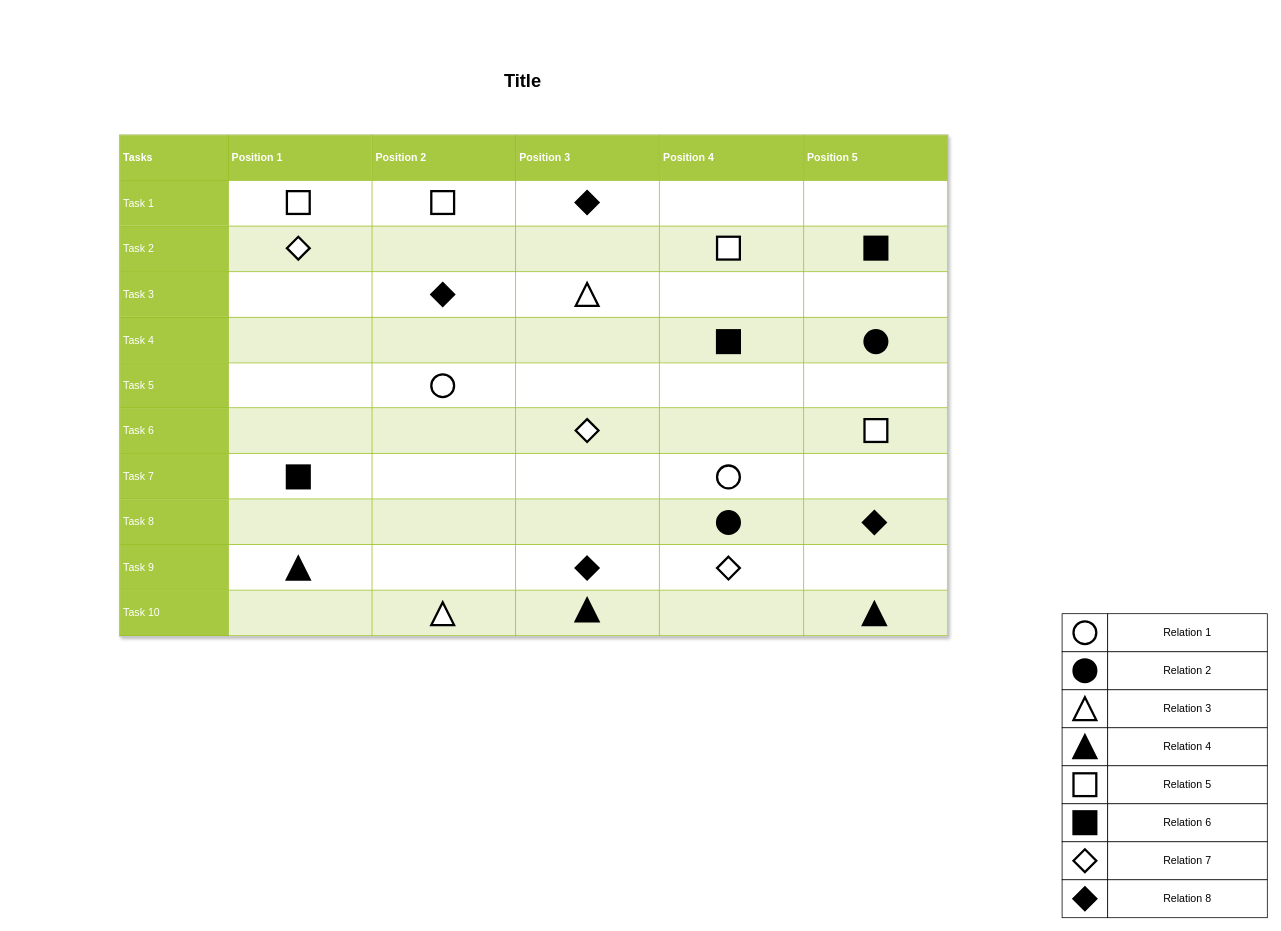
The draw.io diagram Untitled Diagram.drawio in beatrizgarcialima/AulasPWI, before the edit. Source tidied: cells renumbered, new cells numbered last; positions are measured from the earlier drawing's top-left corner, leaving out a move shared by most shapes. Both pictures are drawn from the tidied source at 76%, with x=0, y=0 at pixel (119, 66).
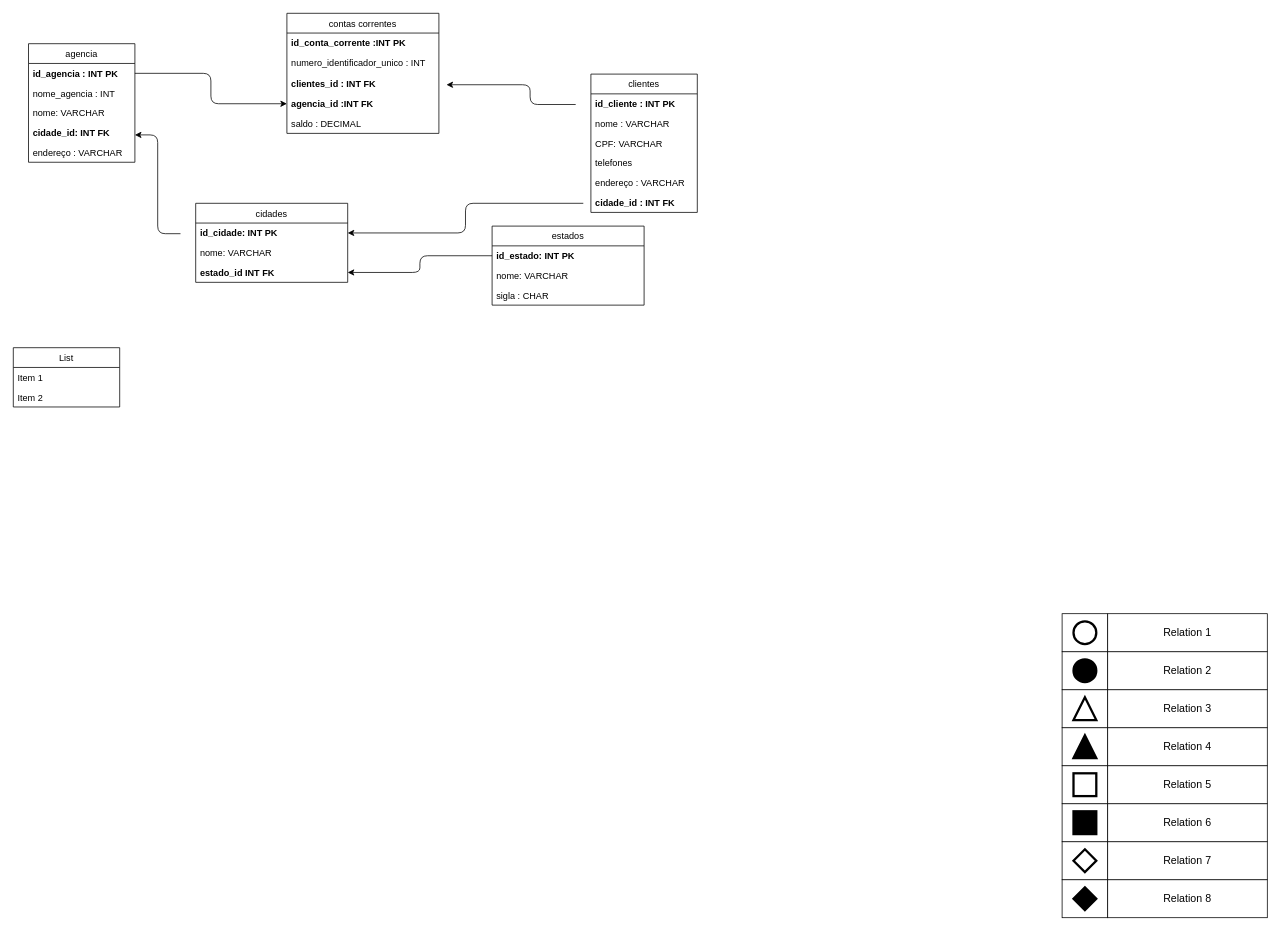
The same page after the edit.

Change to the diagram source:
```diff
@@
+    <mxCell id="51" value="agencia" style="swimlane;fontStyle=0;horizontal=1;startSize=26;fillColor=none;" parent="1" vertex="1">
+      <mxGeometry x="-120" y="-30" width="140" height="156" as="geometry" />
+    </mxCell>
+    <mxCell id="52" value="id_agencia : INT PK" style="text;strokeColor=none;fillColor=none;align=left;verticalAlign=top;spacingLeft=4;spacingRight=4;overflow=hidden;points=[[0,0.5],[1,0.5]];portConstraint=eastwest;fontStyle=1;" parent="51" vertex="1">
+      <mxGeometry y="26" width="140" height="26" as="geometry" />
+    </mxCell>
+    <mxCell id="53" value="nome_agencia : INT&#10;" style="text;strokeColor=none;fillColor=none;align=left;verticalAlign=top;spacingLeft=4;spacingRight=4;overflow=hidden;" parent="51" vertex="1">
+      <mxGeometry y="52" width="140" height="26" as="geometry" />
+    </mxCell>
+    <mxCell id="54" value="nome: VARCHAR" style="text;strokeColor=none;fillColor=none;align=left;verticalAlign=top;spacingLeft=4;spacingRight=4;overflow=hidden;" parent="51" vertex="1">
+      <mxGeometry y="78" width="140" height="26" as="geometry" />
+    </mxCell>
+    <mxCell id="55" value="cidade_id: INT FK" style="text;strokeColor=none;fillColor=none;align=left;verticalAlign=top;spacingLeft=4;spacingRight=4;overflow=hidden;fontStyle=1;" parent="51" vertex="1">
+      <mxGeometry y="104" width="140" height="26" as="geometry" />
+    </mxCell>
+    <mxCell id="56" value="endereço : VARCHAR" style="text;strokeColor=none;fillColor=none;align=left;verticalAlign=top;spacingLeft=4;spacingRight=4;overflow=hidden;" parent="51" vertex="1">
+      <mxGeometry y="130" width="140" height="26" as="geometry" />
+    </mxCell>
+    <mxCell id="57" value="contas correntes" style="swimlane;fontStyle=0;horizontal=1;startSize=26;fillColor=none;" parent="1" vertex="1">
+      <mxGeometry x="220" y="-70" width="200" height="158" as="geometry" />
+    </mxCell>
+    <mxCell id="58" value="id_conta_corrente :INT PK" style="text;strokeColor=none;fillColor=none;align=left;verticalAlign=top;spacingLeft=4;spacingRight=4;overflow=hidden;fontStyle=1;" parent="57" vertex="1">
+      <mxGeometry y="26" width="200" height="26" as="geometry" />
+    </mxCell>
+    <mxCell id="59" value="numero_identificador_unico : INT" style="text;strokeColor=none;fillColor=none;align=left;verticalAlign=top;spacingLeft=4;spacingRight=4;overflow=hidden;" parent="57" vertex="1">
+      <mxGeometry y="52" width="200" height="28" as="geometry" />
+    </mxCell>
+    <mxCell id="60" value="clientes_id : INT FK" style="text;strokeColor=none;fillColor=none;align=left;verticalAlign=top;spacingLeft=4;spacingRight=4;overflow=hidden;fontStyle=1;" parent="57" vertex="1">
+      <mxGeometry y="80" width="200" height="26" as="geometry" />
+    </mxCell>
+    <mxCell id="61" value="agencia_id :INT FK" style="text;strokeColor=none;fillColor=none;align=left;verticalAlign=top;spacingLeft=4;spacingRight=4;overflow=hidden;points=[[0,0.5],[1,0.5]];portConstraint=eastwest;fontStyle=1;" parent="57" vertex="1">
+      <mxGeometry y="106" width="200" height="26" as="geometry" />
+    </mxCell>
+    <mxCell id="62" style="edgeStyle=elbowEdgeStyle;elbow=horizontal;endArrow=classic;html=1;" parent="57" edge="1">
+      <mxGeometry relative="1" as="geometry">
+        <mxPoint x="380" y="120" as="sourcePoint" />
+        <mxPoint x="210" y="94" as="targetPoint" />
+        <Array as="points">
+          <mxPoint x="320" y="110" />
+        </Array>
+      </mxGeometry>
+    </mxCell>
+    <mxCell id="63" value="saldo : DECIMAL" style="text;strokeColor=none;fillColor=none;align=left;verticalAlign=top;spacingLeft=4;spacingRight=4;overflow=hidden;" parent="57" vertex="1">
+      <mxGeometry y="132" width="200" height="26" as="geometry" />
+    </mxCell>
+    <mxCell id="64" value="clientes" style="swimlane;fontStyle=0;horizontal=1;startSize=26;fillColor=none;" parent="1" vertex="1">
+      <mxGeometry x="620" y="10" width="140" height="182" as="geometry" />
+    </mxCell>
+    <mxCell id="65" value="id_cliente : INT PK" style="text;strokeColor=none;fillColor=none;align=left;verticalAlign=top;spacingLeft=4;spacingRight=4;overflow=hidden;fontStyle=1;" parent="64" vertex="1">
+      <mxGeometry y="26" width="140" height="26" as="geometry" />
+    </mxCell>
+    <mxCell id="66" value="nome : VARCHAR" style="text;strokeColor=none;fillColor=none;align=left;verticalAlign=top;spacingLeft=4;spacingRight=4;overflow=hidden;" parent="64" vertex="1">
+      <mxGeometry y="52" width="140" height="26" as="geometry" />
+    </mxCell>
+    <mxCell id="67" value="CPF: VARCHAR" style="text;strokeColor=none;fillColor=none;align=left;verticalAlign=top;spacingLeft=4;spacingRight=4;overflow=hidden;" parent="64" vertex="1">
+      <mxGeometry y="78" width="140" height="26" as="geometry" />
+    </mxCell>
+    <mxCell id="68" value="telefones " style="text;strokeColor=none;fillColor=none;align=left;verticalAlign=top;spacingLeft=4;spacingRight=4;overflow=hidden;" parent="64" vertex="1">
+      <mxGeometry y="104" width="140" height="26" as="geometry" />
+    </mxCell>
+    <mxCell id="69" value="endereço : VARCHAR" style="text;strokeColor=none;fillColor=none;align=left;verticalAlign=top;spacingLeft=4;spacingRight=4;overflow=hidden;" parent="64" vertex="1">
+      <mxGeometry y="130" width="140" height="26" as="geometry" />
+    </mxCell>
+    <mxCell id="70" value="cidade_id : INT FK" style="text;strokeColor=none;fillColor=none;align=left;verticalAlign=top;spacingLeft=4;spacingRight=4;overflow=hidden;fontStyle=1;" parent="64" vertex="1">
+      <mxGeometry y="156" width="140" height="26" as="geometry" />
+    </mxCell>
+    <mxCell id="71" value="estados" style="swimlane;fontStyle=0;horizontal=1;startSize=26;fillColor=none;" parent="1" vertex="1">
+      <mxGeometry x="490" y="210" width="200" height="104" as="geometry" />
+    </mxCell>
+    <mxCell id="72" value="id_estado: INT PK" style="text;strokeColor=none;fillColor=none;align=left;verticalAlign=top;spacingLeft=4;spacingRight=4;overflow=hidden;points=[[0,0.5],[1,0.5]];portConstraint=eastwest;fontStyle=1;" parent="71" vertex="1">
+      <mxGeometry y="26" width="200" height="26" as="geometry" />
+    </mxCell>
+    <mxCell id="73" value="nome: VARCHAR" style="text;strokeColor=none;fillColor=none;align=left;verticalAlign=top;spacingLeft=4;spacingRight=4;overflow=hidden;" parent="71" vertex="1">
+      <mxGeometry y="52" width="200" height="26" as="geometry" />
+    </mxCell>
+    <mxCell id="74" value="sigla : CHAR" style="text;strokeColor=none;fillColor=none;align=left;verticalAlign=top;spacingLeft=4;spacingRight=4;overflow=hidden;" parent="71" vertex="1">
+      <mxGeometry y="78" width="200" height="26" as="geometry" />
+    </mxCell>
@@
-    <mxCell id="19" value="&lt;table border=&quot;1&quot; width=&quot;100%&quot; cellpadding=&quot;4&quot; style=&quot;width: 100% ; height: 100% ; border-collapse: collapse&quot;&gt;&lt;tbody&gt;&lt;tr style=&quot;background-color: #a7c942 ; color: #ffffff ; border: 1px solid #98bf21&quot;&gt;&lt;th&gt;Tasks&lt;/th&gt;&lt;th&gt;Position 1&lt;/th&gt;&lt;th&gt;Position 2&lt;/th&gt;&lt;th&gt;Position 3&lt;/th&gt;&lt;th&gt;Position 4&lt;/th&gt;&lt;th&gt;Position 5&lt;/th&gt;&lt;/tr&gt;&lt;tr style=&quot;border: 1px solid #98bf21&quot;&gt;&lt;td style=&quot;background-color: #a7c942 ; color: #ffffff ; border: 1px solid #98bf21&quot;&gt;Task 1&lt;/td&gt;&lt;td&gt;&lt;/td&gt;&lt;td&gt;&lt;/td&gt;&lt;td&gt;&lt;br&gt;&lt;/td&gt;&lt;td&gt;&lt;br&gt;&lt;/td&gt;&lt;td&gt;&lt;br&gt;&lt;/td&gt;&lt;/tr&gt;&lt;tr style=&quot;background-color: #eaf2d3 ; border: 1px solid #98bf21&quot;&gt;&lt;td style=&quot;background-color: #a7c942 ; color: #ffffff ; border: 1px solid #98bf21&quot;&gt;Task 2&lt;/td&gt;&lt;td&gt;&lt;/td&gt;&lt;td&gt;&lt;/td&gt;&lt;td&gt;&lt;br&gt;&lt;/td&gt;&lt;td&gt;&lt;br&gt;&lt;/td&gt;&lt;td&gt;&lt;br&gt;&lt;/td&gt;&lt;/tr&gt;&lt;tr style=&quot;border: 1px solid #98bf21&quot;&gt;&lt;td style=&quot;background-color: #a7c942 ; color: #ffffff ; border: 1px solid #98bf21&quot;&gt;Task 3&lt;/td&gt;&lt;td&gt;&lt;/td&gt;&lt;td&gt;&lt;/td&gt;&lt;td&gt;&lt;br&gt;&lt;/td&gt;&lt;td&gt;&lt;br&gt;&lt;/td&gt;&lt;td&gt;&lt;br&gt;&lt;/td&gt;&lt;/tr&gt;&lt;tr style=&quot;background-color: #eaf2d3 ; border: 1px solid #98bf21&quot;&gt;&lt;td style=&quot;background-color: #a7c942 ; color: #ffffff ; border: 1px solid #98bf21&quot;&gt;Task 4&lt;/td&gt;&lt;td&gt;&lt;/td&gt;&lt;td&gt;&lt;/td&gt;&lt;td&gt;&lt;br&gt;&lt;/td&gt;&lt;td&gt;&lt;br&gt;&lt;/td&gt;&lt;td&gt;&lt;br&gt;&lt;/td&gt;&lt;/tr&gt;&lt;tr style=&quot;border: 1px solid #98bf21&quot;&gt;&lt;td style=&quot;background-color: #a7c942 ; color: #ffffff ; border: 1px solid #98bf21&quot;&gt;Task 5&lt;br&gt;&lt;/td&gt;&lt;td&gt;&lt;br&gt;&lt;/td&gt;&lt;td&gt;&lt;br&gt;&lt;/td&gt;&lt;td&gt;&lt;br&gt;&lt;/td&gt;&lt;td&gt;&lt;br&gt;&lt;/td&gt;&lt;td&gt;&lt;br&gt;&lt;/td&gt;&lt;/tr&gt;&lt;tr style=&quot;background-color: #eaf2d3 ; border: 1px solid #98bf21&quot;&gt;&lt;td style=&quot;background-color: #a7c942 ; color: #ffffff ; border: 1px solid #98bf21&quot;&gt;Task 6&lt;br&gt;&lt;/td&gt;&lt;td&gt;&lt;br&gt;&lt;/td&gt;&lt;td&gt;&lt;br&gt;&lt;/td&gt;&lt;td&gt;&lt;br&gt;&lt;/td&gt;&lt;td&gt;&lt;br&gt;&lt;/td&gt;&lt;td&gt;&lt;br&gt;&lt;/td&gt;&lt;/tr&gt;&lt;tr style=&quot;border: 1px solid #98bf21&quot;&gt;&lt;td style=&quot;background-color: #a7c942 ; color: #ffffff ; border: 1px solid #98bf21&quot;&gt;Task 7&lt;br&gt;&lt;/td&gt;&lt;td&gt;&lt;br&gt;&lt;/td&gt;&lt;td&gt;&lt;br&gt;&lt;/td&gt;&lt;td&gt;&lt;br&gt;&lt;/td&gt;&lt;td&gt;&lt;br&gt;&lt;/td&gt;&lt;td&gt;&lt;br&gt;&lt;/td&gt;&lt;/tr&gt;&lt;tr style=&quot;background-color: #eaf2d3 ; border: 1px solid #98bf21&quot;&gt;&lt;td style=&quot;background-color: #a7c942 ; color: #ffffff ; border: 1px solid #98bf21&quot;&gt;Task 8&lt;br&gt;&lt;/td&gt;&lt;td&gt;&lt;br&gt;&lt;/td&gt;&lt;td&gt;&lt;br&gt;&lt;/td&gt;&lt;td&gt;&lt;br&gt;&lt;/td&gt;&lt;td&gt;&lt;br&gt;&lt;/td&gt;&lt;td&gt;&lt;br&gt;&lt;/td&gt;&lt;/tr&gt;&lt;tr style=&quot;border: 1px solid #98bf21&quot;&gt;&lt;td style=&quot;background-color: #a7c942 ; color: #ffffff ; border: 1px solid #98bf21&quot;&gt;Task 9&lt;br&gt;&lt;/td&gt;&lt;td&gt;&lt;br&gt;&lt;/td&gt;&lt;td&gt;&lt;br&gt;&lt;/td&gt;&lt;td&gt;&lt;br&gt;&lt;/td&gt;&lt;td&gt;&lt;br&gt;&lt;/td&gt;&lt;td&gt;&lt;br&gt;&lt;/td&gt;&lt;/tr&gt;&lt;tr style=&quot;background-color: #eaf2d3 ; border: 1px solid #98bf21&quot;&gt;&lt;td style=&quot;background-color: #a7c942 ; color: #ffffff ; border: 1px solid #98bf21&quot;&gt;Task 10&lt;br&gt;&lt;/td&gt;&lt;td&gt;&lt;br&gt;&lt;/td&gt;&lt;td&gt;&lt;br&gt;&lt;/td&gt;&lt;td&gt;&lt;br&gt;&lt;/td&gt;&lt;td&gt;&lt;br&gt;&lt;/td&gt;&lt;td&gt;&lt;br&gt;&lt;/td&gt;&lt;/tr&gt;&lt;/tbody&gt;&lt;/table&gt;" style="text;html=1;strokeColor=#c0c0c0;fillColor=#ffffff;overflow=fill;rounded=0;shadow=1;fontSize=14;fontColor=#000000;" parent="1" vertex="1">
-      <mxGeometry y="90" width="1090" height="660" as="geometry" />
-    </mxCell>
-    <mxCell id="20" value="Title" style="text;strokeColor=none;fillColor=none;html=1;fontSize=24;fontStyle=1;verticalAlign=middle;align=center;rounded=0;shadow=1;" parent="1" vertex="1">
-      <mxGeometry x="140" width="780" height="40" as="geometry" />
-    </mxCell>
@@
-    <mxCell id="28" style="ellipse;whiteSpace=wrap;html=1;rounded=0;shadow=0;strokeWidth=3;fontSize=14;" parent="1" vertex="1">
-      <mxGeometry x="786" y="525" width="30" height="30" as="geometry" />
-    </mxCell>
-    <mxCell id="29" style="ellipse;whiteSpace=wrap;html=1;rounded=0;shadow=0;strokeWidth=3;fontSize=14;" parent="1" vertex="1">
-      <mxGeometry x="410" y="405" width="30" height="30" as="geometry" />
-    </mxCell>
-    <mxCell id="30" style="ellipse;whiteSpace=wrap;html=1;rounded=0;shadow=0;strokeWidth=3;fontSize=14;fillColor=#000000;" parent="1" vertex="1">
-      <mxGeometry x="980" y="347" width="30" height="30" as="geometry" />
-    </mxCell>
-    <mxCell id="31" style="ellipse;whiteSpace=wrap;html=1;rounded=0;shadow=0;strokeWidth=3;fontSize=14;fillColor=#000000;" parent="1" vertex="1">
-      <mxGeometry x="786" y="585" width="30" height="30" as="geometry" />
-    </mxCell>
-    <mxCell id="32" style="triangle;whiteSpace=wrap;html=1;rounded=0;shadow=0;strokeWidth=3;fontSize=14;direction=north;" parent="1" vertex="1">
-      <mxGeometry x="410" y="705" width="30" height="30" as="geometry" />
-    </mxCell>
-    <mxCell id="33" style="triangle;whiteSpace=wrap;html=1;rounded=0;shadow=0;strokeWidth=3;fontSize=14;direction=north;" parent="1" vertex="1">
-      <mxGeometry x="600" y="285" width="30" height="30" as="geometry" />
-    </mxCell>
-    <mxCell id="34" style="triangle;whiteSpace=wrap;html=1;rounded=0;shadow=0;strokeWidth=3;fillColor=#000000;fontSize=14;direction=north;" parent="1" vertex="1">
-      <mxGeometry x="978" y="705" width="30" height="30" as="geometry" />
-    </mxCell>
-    <mxCell id="35" style="triangle;whiteSpace=wrap;html=1;rounded=0;shadow=0;strokeWidth=3;fillColor=#000000;fontSize=14;direction=north;" parent="1" vertex="1">
-      <mxGeometry x="600" y="700" width="30" height="30" as="geometry" />
-    </mxCell>
-    <mxCell id="36" style="triangle;whiteSpace=wrap;html=1;rounded=0;shadow=0;strokeWidth=3;fillColor=#000000;fontSize=14;direction=north;" parent="1" vertex="1">
-      <mxGeometry x="220" y="645" width="30" height="30" as="geometry" />
-    </mxCell>
-    <mxCell id="37" style="whiteSpace=wrap;html=1;rounded=0;shadow=0;strokeWidth=3;fontSize=14;" parent="1" vertex="1">
-      <mxGeometry x="220" y="164" width="30" height="30" as="geometry" />
-    </mxCell>
-    <mxCell id="38" style="whiteSpace=wrap;html=1;rounded=0;shadow=0;strokeWidth=3;fontSize=14;" parent="1" vertex="1">
-      <mxGeometry x="410" y="164" width="30" height="30" as="geometry" />
-    </mxCell>
-    <mxCell id="39" style="whiteSpace=wrap;html=1;rounded=0;shadow=0;strokeWidth=3;fontSize=14;" parent="1" vertex="1">
-      <mxGeometry x="786" y="224" width="30" height="30" as="geometry" />
-    </mxCell>
-    <mxCell id="40" style="whiteSpace=wrap;html=1;rounded=0;shadow=0;strokeWidth=3;fillColor=#ffffff;fontSize=14;" parent="1" vertex="1">
-      <mxGeometry x="980" y="464" width="30" height="30" as="geometry" />
-    </mxCell>
-    <mxCell id="41" style="whiteSpace=wrap;html=1;rounded=0;shadow=0;strokeWidth=3;fillColor=#000000;fontSize=14;" parent="1" vertex="1">
-      <mxGeometry x="220" y="525" width="30" height="30" as="geometry" />
-    </mxCell>
-    <mxCell id="42" style="whiteSpace=wrap;html=1;rounded=0;shadow=0;strokeWidth=3;fillColor=#000000;fontSize=14;" parent="1" vertex="1">
-      <mxGeometry x="786" y="347" width="30" height="30" as="geometry" />
-    </mxCell>
-    <mxCell id="43" style="whiteSpace=wrap;html=1;rounded=0;shadow=0;strokeWidth=3;fillColor=#000000;fontSize=14;" parent="1" vertex="1">
-      <mxGeometry x="980" y="224" width="30" height="30" as="geometry" />
-    </mxCell>
-    <mxCell id="44" style="rhombus;whiteSpace=wrap;html=1;rounded=0;shadow=0;strokeWidth=3;fontSize=14;" parent="1" vertex="1">
-      <mxGeometry x="600" y="464" width="30" height="30" as="geometry" />
-    </mxCell>
-    <mxCell id="45" style="rhombus;whiteSpace=wrap;html=1;rounded=0;shadow=0;strokeWidth=3;fontSize=14;" parent="1" vertex="1">
-      <mxGeometry x="220" y="224" width="30" height="30" as="geometry" />
-    </mxCell>
-    <mxCell id="46" style="rhombus;whiteSpace=wrap;html=1;rounded=0;shadow=0;strokeWidth=3;fontSize=14;" parent="1" vertex="1">
-      <mxGeometry x="786" y="645" width="30" height="30" as="geometry" />
-    </mxCell>
-    <mxCell id="47" style="rhombus;whiteSpace=wrap;html=1;rounded=0;shadow=0;strokeWidth=3;fillColor=#000000;fontSize=14;" parent="1" vertex="1">
-      <mxGeometry x="978" y="585" width="30" height="30" as="geometry" />
-    </mxCell>
-    <mxCell id="48" style="rhombus;whiteSpace=wrap;html=1;rounded=0;shadow=0;strokeWidth=3;fillColor=#000000;fontSize=14;" parent="1" vertex="1">
-      <mxGeometry x="410" y="285" width="30" height="30" as="geometry" />
-    </mxCell>
-    <mxCell id="49" style="rhombus;whiteSpace=wrap;html=1;rounded=0;shadow=0;strokeWidth=3;fillColor=#000000;fontSize=14;" parent="1" vertex="1">
-      <mxGeometry x="600" y="164" width="30" height="30" as="geometry" />
-    </mxCell>
-    <mxCell id="50" style="rhombus;whiteSpace=wrap;html=1;rounded=0;shadow=0;strokeWidth=3;fillColor=#000000;fontSize=14;" parent="1" vertex="1">
-      <mxGeometry x="600" y="645" width="30" height="30" as="geometry" />
-    </mxCell>
+    <mxCell id="75" value="cidades" style="swimlane;fontStyle=0;horizontal=1;startSize=26;fillColor=none;" parent="1" vertex="1">
+      <mxGeometry x="100" y="180" width="200" height="104" as="geometry" />
+    </mxCell>
+    <mxCell id="76" value="id_cidade: INT PK" style="text;strokeColor=none;fillColor=none;align=left;verticalAlign=top;spacingLeft=4;spacingRight=4;overflow=hidden;points=[[0,0.5],[1,0.5]];portConstraint=eastwest;fontStyle=1;" parent="75" vertex="1">
+      <mxGeometry y="26" width="200" height="26" as="geometry" />
+    </mxCell>
+    <mxCell id="77" value="nome: VARCHAR" style="text;strokeColor=none;fillColor=none;align=left;verticalAlign=top;spacingLeft=4;spacingRight=4;overflow=hidden;" parent="75" vertex="1">
+      <mxGeometry y="52" width="200" height="26" as="geometry" />
+    </mxCell>
+    <mxCell id="78" value="estado_id INT FK" style="text;strokeColor=none;fillColor=none;align=left;verticalAlign=top;spacingLeft=4;spacingRight=4;overflow=hidden;points=[[0,0.5],[1,0.5]];portConstraint=eastwest;fontStyle=1;" parent="75" vertex="1">
+      <mxGeometry y="78" width="200" height="26" as="geometry" />
+    </mxCell>
+    <mxCell id="79" style="edgeStyle=elbowEdgeStyle;elbow=horizontal;endArrow=classic;html=1;" parent="1" edge="1">
+      <mxGeometry relative="1" as="geometry">
+        <mxPoint x="80" y="220" as="sourcePoint" />
+        <mxPoint x="20" y="90" as="targetPoint" />
+      </mxGeometry>
+    </mxCell>
+    <mxCell id="80" style="edgeStyle=elbowEdgeStyle;elbow=horizontal;endArrow=classic;html=1;exitX=1;exitY=0.5;exitDx=0;exitDy=0;entryX=0;entryY=0.5;entryDx=0;entryDy=0;" parent="1" edge="1" source="52" target="61">
+      <mxGeometry relative="1" as="geometry" />
+    </mxCell>
+    <mxCell id="81" style="edgeStyle=elbowEdgeStyle;elbow=horizontal;endArrow=classic;html=1;exitX=0;exitY=0.5;exitDx=0;exitDy=0;entryX=1;entryY=0.5;entryDx=0;entryDy=0;" parent="1" edge="1" source="72" target="78">
+      <mxGeometry relative="1" as="geometry" />
+    </mxCell>
+    <mxCell id="82" value="List" style="swimlane;fontStyle=0;horizontal=1;startSize=26;fillColor=none;" parent="1" vertex="1">
+      <mxGeometry x="-140" y="370" width="140" height="78" as="geometry" />
+    </mxCell>
+    <mxCell id="83" value="Item 1" style="text;strokeColor=none;fillColor=none;align=left;verticalAlign=top;spacingLeft=4;spacingRight=4;overflow=hidden;" parent="82" vertex="1">
+      <mxGeometry y="26" width="140" height="26" as="geometry" />
+    </mxCell>
+    <mxCell id="84" value="Item 2" style="text;strokeColor=none;fillColor=none;align=left;verticalAlign=top;spacingLeft=4;spacingRight=4;overflow=hidden;" parent="82" vertex="1">
+      <mxGeometry y="52" width="140" height="26" as="geometry" />
+    </mxCell>
+    <mxCell id="85" style="edgeStyle=elbowEdgeStyle;elbow=horizontal;endArrow=classic;html=1;entryX=1;entryY=0.5;entryDx=0;entryDy=0;" parent="1" edge="1" target="76">
+      <mxGeometry relative="1" as="geometry">
+        <mxPoint x="610" y="180" as="sourcePoint" />
+      </mxGeometry>
+    </mxCell>
```
